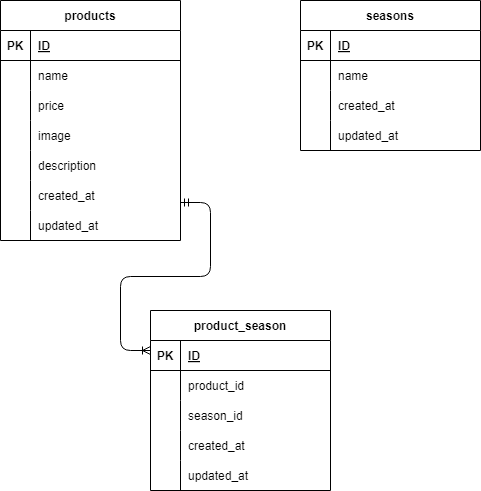
This is ER.drawio.png from yuusukejinba/jinba-tuiki, a draw.io export, as it was before one commit. Source tidied: cells renumbered, new cells last; positions are measured from the earlier drawing's top-left corner, leaving out a move shared by most shapes.
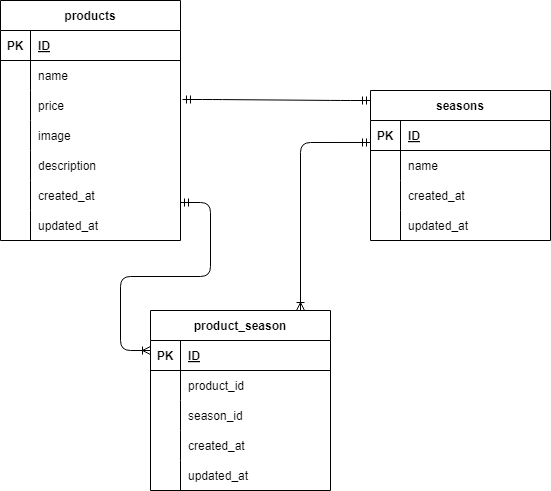
After the change.

The edit, as a diff of the source:
```diff
@@ -69,7 +69,7 @@
       <mxGeometry x="30" width="150" height="30" as="geometry" />
     </mxCell>
     <mxCell id="24" value="seasons" style="shape=table;startSize=30;rowLines=0;fontStyle=1;align=center;" parent="1" vertex="1">
-      <mxGeometry x="300" width="180" height="150" as="geometry" />
+      <mxGeometry x="370" y="90" width="180" height="150" as="geometry" />
     </mxCell>
     <mxCell id="25" style="shape=tableRow;horizontal=0;startSize=0;swimlaneHead=0;swimlaneBody=0;fillColor=none;points=[[0,0.5],[1,0.5]];portConstraint=eastwest;top=0;left=0;right=0;bottom=1;" parent="24" vertex="1">
       <mxGeometry y="30" width="180" height="30" as="geometry" />
@@ -161,5 +161,15 @@
         <mxPoint x="150" y="350" as="targetPoint" />
       </mxGeometry>
     </mxCell>
+    <mxCell id="54" style="edgeStyle=orthogonalEdgeStyle;fontSize=12;html=1;endArrow=ERoneToMany;startArrow=ERmandOne;exitX=0;exitY=0.733;exitDx=0;exitDy=0;exitPerimeter=0;" parent="1" edge="1" source="25">
+      <mxGeometry relative="1" as="geometry">
+        <mxPoint x="300" y="310" as="targetPoint" />
+      </mxGeometry>
+    </mxCell>
+    <mxCell id="55" style="edgeStyle=entityRelationEdgeStyle;fontSize=12;html=1;endArrow=ERmandOne;startArrow=ERmandOne;elbow=vertical;exitX=1.011;exitY=0.3;exitDx=0;exitDy=0;exitPerimeter=0;" parent="1" edge="1" source="9">
+      <mxGeometry relative="1" as="geometry">
+        <mxPoint x="370" y="100" as="targetPoint" />
+      </mxGeometry>
+    </mxCell>
   </root>
 </mxGraphModel>
```
